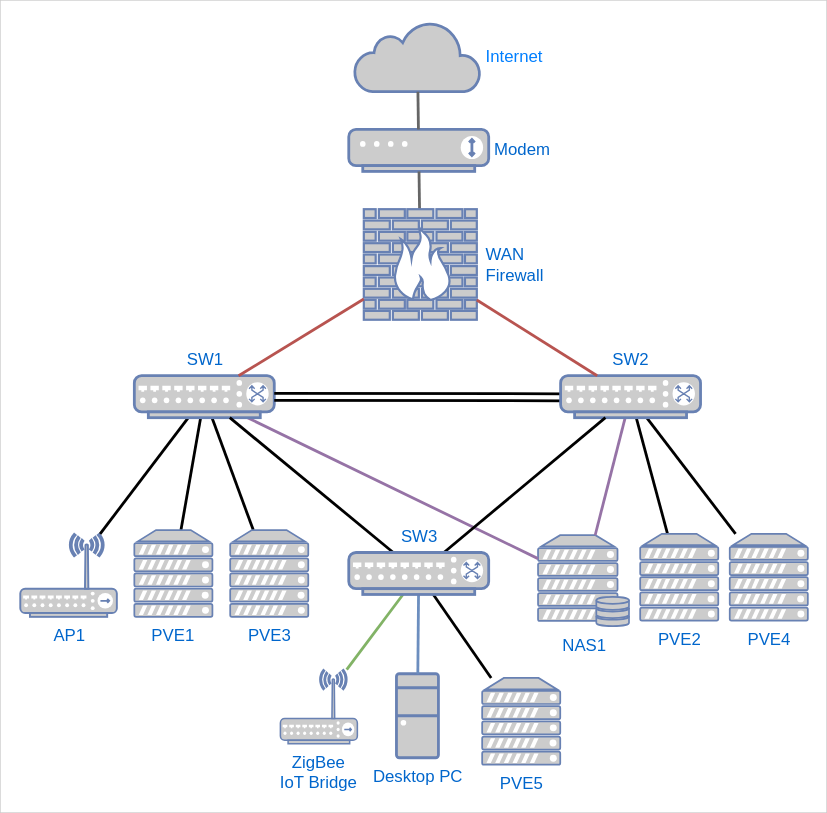
Above: docs/content/assets/homelab-physical-network-topology.svg in bcbrookman/homelab (draw.io), before the change. Source tidied: cells renumbered, new cells last; positions are measured from the earlier drawing's top-left corner, leaving out a move shared by most shapes.
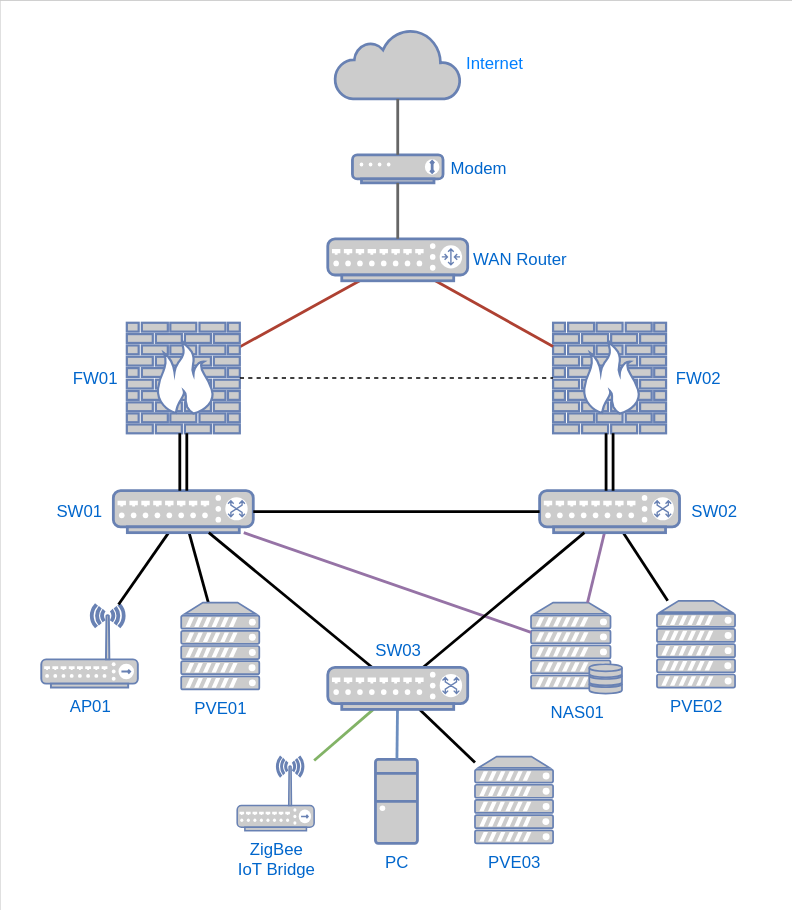
The same file after the commit.

What changed in the source:
```diff
@@ -1,113 +1,114 @@
 <mxGraphModel background="#CCCCCC">
   <root>
-    <mxCell id="0" />
-    <mxCell id="1" parent="0" />
-    <mxCell id="2" style="rounded=0;whiteSpace=wrap;html=1;strokeColor=none;fontFamily=Arial;" parent="1" vertex="1">
-      <mxGeometry width="590" height="580" as="geometry" />
-    </mxCell>
+    <mxCell id="37" />
+    <mxCell id="38" parent="37" />
+    <mxCell id="39" style="rounded=0;whiteSpace=wrap;html=1;strokeColor=none;fontFamily=Arial;" parent="38" vertex="1">
+      <mxGeometry x="14.9" y="-82" width="565.8" height="650" as="geometry" />
+    </mxCell>
-    <mxCell id="3" value="&lt;font color=&quot;#007fff&quot;&gt;Internet&lt;/font&gt;" style="html=1;outlineConnect=0;fillColor=#CCCCCC;strokeColor=#6881B3;gradientColor=none;gradientDirection=north;strokeWidth=2;shape=mxgraph.networks.cloud;labelPosition=right;verticalLabelPosition=middle;align=left;verticalAlign=middle;fontColor=#00000;sketch=0;shadow=0;spacing=4;fontFamily=Arial;" parent="1" vertex="1">
-      <mxGeometry x="252.8" y="15" width="90" height="50" as="geometry" />
+    <mxCell id="3" value="&lt;font color=&quot;#007fff&quot;&gt;Internet&lt;/font&gt;" style="html=1;outlineConnect=0;fillColor=#CCCCCC;strokeColor=#6881B3;gradientColor=none;gradientDirection=north;strokeWidth=2;shape=mxgraph.networks.cloud;labelPosition=right;verticalLabelPosition=middle;align=left;verticalAlign=middle;fontColor=#00000;sketch=0;shadow=0;spacing=4;fontFamily=Arial;spacingLeft=0;" parent="38" vertex="1">
+      <mxGeometry x="253.7" y="-62" width="90" height="50" as="geometry" />
     </mxCell>
-    <mxCell id="4" value="Modem" style="fontColor=#0066CC;verticalAlign=middle;verticalLabelPosition=middle;labelPosition=right;align=left;html=1;outlineConnect=0;fillColor=#CCCCCC;strokeColor=#6881B3;gradientColor=none;gradientDirection=north;strokeWidth=2;shape=mxgraph.networks.modem;sketch=0;shadow=0;spacing=4;fontFamily=Arial;" parent="1" vertex="1">
-      <mxGeometry x="248.7" y="92" width="100" height="30" as="geometry" />
+    <mxCell id="4" value="Modem" style="fontColor=#0066CC;verticalAlign=middle;verticalLabelPosition=middle;labelPosition=right;align=left;html=1;outlineConnect=0;fillColor=#CCCCCC;strokeColor=#6881B3;gradientColor=none;gradientDirection=north;strokeWidth=2;shape=mxgraph.networks.modem;sketch=0;shadow=0;spacing=4;fontFamily=Arial;spacingLeft=2;" parent="38" vertex="1">
+      <mxGeometry x="266.4" y="28" width="64.7" height="20" as="geometry" />
     </mxCell>
-    <mxCell id="5" style="endArrow=none;html=1;sketch=0;shadow=0;fillColor=#f5f5f5;strokeColor=#666666;strokeWidth=2;fontFamily=Arial;" parent="1" edge="1" source="4" target="3">
+    <mxCell id="5" style="endArrow=none;html=1;sketch=0;shadow=0;fillColor=#f5f5f5;strokeColor=#666666;strokeWidth=2;fontFamily=Arial;" parent="38" edge="1" source="4" target="3">
       <mxGeometry relative="1" as="geometry" />
     </mxCell>
-    <mxCell id="6" value="AP1" style="fontColor=#0066CC;verticalAlign=top;verticalLabelPosition=bottom;labelPosition=center;align=center;html=1;outlineConnect=0;fillColor=#CCCCCC;strokeColor=#6881B3;gradientColor=none;gradientDirection=north;strokeWidth=2;shape=mxgraph.networks.wireless_hub;sketch=0;shadow=0;fontFamily=Arial;" parent="1" vertex="1">
-      <mxGeometry x="14" y="381" width="69" height="59.3" as="geometry" />
-    </mxCell>
-    <mxCell id="7" value="NAS1" style="fontColor=#0066CC;verticalAlign=top;verticalLabelPosition=bottom;labelPosition=center;align=center;html=1;outlineConnect=0;fillColor=#CCCCCC;strokeColor=#6881B3;gradientColor=none;gradientDirection=north;strokeWidth=2;shape=mxgraph.networks.server_storage;rounded=1;shadow=0;glass=0;sketch=0;fontFamily=Arial;" parent="1" vertex="1">
-      <mxGeometry x="384" y="382" width="65" height="65" as="geometry" />
-    </mxCell>
-    <mxCell id="8" style="endArrow=none;html=1;shadow=0;fontColor=#00000;fillColor=#e1d5e7;strokeWidth=2;fontFamily=Arial;" parent="1" edge="1" source="6" target="29">
-      <mxGeometry relative="1" as="geometry" />
-    </mxCell>
-    <mxCell id="9" style="endArrow=none;html=1;strokeColor=#000000;strokeWidth=2;jumpStyle=arc;fontFamily=Arial;" parent="1" edge="1" source="36" target="24">
-      <mxGeometry relative="1" as="geometry" />
-    </mxCell>
-    <mxCell id="10" style="endArrow=none;html=1;strokeWidth=2;fontFamily=Arial;" parent="1" edge="1" source="29" target="21">
-      <mxGeometry relative="1" as="geometry" />
-    </mxCell>
-    <mxCell id="11" style="endArrow=none;html=1;strokeWidth=2;fontFamily=Arial;" parent="1" edge="1" source="29" target="23">
-      <mxGeometry relative="1" as="geometry" />
-    </mxCell>
-    <mxCell id="12" style="endArrow=none;html=1;strokeWidth=2;fontFamily=Arial;" parent="1" edge="1" source="31" target="25">
-      <mxGeometry relative="1" as="geometry" />
-    </mxCell>
-    <mxCell id="13" style="endArrow=none;html=1;strokeWidth=2;fontFamily=Arial;" parent="1" edge="1" source="31" target="22">
-      <mxGeometry relative="1" as="geometry" />
-    </mxCell>
+    <mxCell id="40" value="AP01" style="fontColor=#0066CC;verticalAlign=top;verticalLabelPosition=bottom;labelPosition=center;align=center;html=1;outlineConnect=0;fillColor=#CCCCCC;strokeColor=#6881B3;gradientColor=none;gradientDirection=north;strokeWidth=2;shape=mxgraph.networks.wireless_hub;sketch=0;shadow=0;fontFamily=Arial;" parent="38" vertex="1">
+      <mxGeometry x="44" y="349.3" width="69" height="59.3" as="geometry" />
+    </mxCell>
+    <mxCell id="41" value="NAS01" style="fontColor=#0066CC;verticalAlign=top;verticalLabelPosition=bottom;labelPosition=center;align=center;html=1;outlineConnect=0;fillColor=#CCCCCC;strokeColor=#6881B3;gradientColor=none;gradientDirection=north;strokeWidth=2;shape=mxgraph.networks.server_storage;rounded=1;shadow=0;glass=0;sketch=0;fontFamily=Arial;" parent="38" vertex="1">
+      <mxGeometry x="394" y="348" width="65" height="65" as="geometry" />
+    </mxCell>
+    <mxCell id="42" style="endArrow=none;html=1;shadow=0;fontColor=#00000;fillColor=#e1d5e7;strokeWidth=2;fontFamily=Arial;" parent="38" edge="1" source="40" target="56">
+      <mxGeometry relative="1" as="geometry" />
+    </mxCell>
+    <mxCell id="43" style="endArrow=none;html=1;strokeColor=#000000;strokeWidth=2;jumpStyle=arc;fontFamily=Arial;" parent="38" edge="1" source="61" target="53">
+      <mxGeometry relative="1" as="geometry" />
+    </mxCell>
+    <mxCell id="44" style="endArrow=none;html=1;strokeWidth=2;fontFamily=Arial;" parent="38" edge="1" source="56" target="52">
+      <mxGeometry relative="1" as="geometry" />
+    </mxCell>
+    <mxCell id="45" style="endArrow=none;html=1;strokeWidth=2;fontFamily=Arial;" parent="38" edge="1" source="57" target="54">
+      <mxGeometry relative="1" as="geometry" />
+    </mxCell>
-    <mxCell id="14" value="ZigBee &lt;br&gt;IoT Bridge" style="fontColor=#0066CC;verticalAlign=top;verticalLabelPosition=bottom;labelPosition=center;align=center;html=1;outlineConnect=0;fillColor=#CCCCCC;strokeColor=#6881B3;gradientColor=none;gradientDirection=north;strokeWidth=2;shape=mxgraph.networks.wireless_hub;direction=east;fontFamily=Arial;" parent="1" vertex="1">
-      <mxGeometry x="199.9" y="478" width="55" height="53" as="geometry" />
+    <mxCell id="14" value="ZigBee &lt;br&gt;IoT Bridge" style="fontColor=#0066CC;verticalAlign=top;verticalLabelPosition=bottom;labelPosition=center;align=center;html=1;outlineConnect=0;fillColor=#CCCCCC;strokeColor=#6881B3;gradientColor=none;gradientDirection=north;strokeWidth=2;shape=mxgraph.networks.wireless_hub;direction=east;fontFamily=Arial;" parent="38" vertex="1">
+      <mxGeometry x="184" y="458" width="55" height="53" as="geometry" />
     </mxCell>
-    <mxCell id="15" value="Desktop PC" style="fontColor=#0066CC;verticalAlign=top;verticalLabelPosition=bottom;labelPosition=center;align=center;html=1;outlineConnect=0;fillColor=#CCCCCC;strokeColor=#6881B3;gradientColor=none;gradientDirection=north;strokeWidth=2;shape=mxgraph.networks.desktop_pc;fontFamily=Arial;" parent="1" vertex="1">
-      <mxGeometry x="282.8" y="481" width="30" height="60" as="geometry" />
-    </mxCell>
-    <mxCell id="16" style="endArrow=none;html=1;sketch=0;shadow=0;fillColor=#f5f5f5;strokeColor=#666666;strokeWidth=2;fontFamily=Arial;" parent="1" edge="1" source="18" target="4">
-      <mxGeometry relative="1" as="geometry" />
-    </mxCell>
-    <mxCell id="17" style="endArrow=none;html=1;strokeWidth=2;fillColor=#dae8fc;strokeColor=#6c8ebf;fontFamily=Arial;" parent="1" edge="1" source="15" target="36">
-      <mxGeometry relative="1" as="geometry" />
-    </mxCell>
-    <mxCell id="18" value="WAN&lt;br&gt;Firewall" style="fontColor=#0066CC;verticalAlign=middle;verticalLabelPosition=middle;labelPosition=right;align=left;html=1;outlineConnect=0;fillColor=#CCCCCC;strokeColor=#6881B3;gradientColor=none;gradientDirection=north;strokeWidth=2;shape=mxgraph.networks.firewall;fontFamily=Arial;spacingLeft=5;" parent="1" vertex="1">
-      <mxGeometry x="259.5" y="149" width="80.8" height="79" as="geometry" />
-    </mxCell>
-    <mxCell id="19" style="endArrow=none;html=1;strokeWidth=2;fillColor=#e1d5e7;strokeColor=#9673a6;jumpStyle=arc;fontFamily=Arial;" parent="1" edge="1" source="31" target="7">
-      <mxGeometry relative="1" as="geometry" />
-    </mxCell>
-    <mxCell id="20" style="endArrow=none;html=1;fillColor=#d5e8d4;strokeWidth=2;strokeColor=#82b366;fontFamily=Arial;" parent="1" edge="1" source="14" target="36">
-      <mxGeometry relative="1" as="geometry" />
-    </mxCell>
-    <mxCell id="21" value="PVE1" style="fontColor=#0066CC;verticalAlign=top;verticalLabelPosition=bottom;labelPosition=center;align=center;html=1;outlineConnect=0;fillColor=#CCCCCC;strokeColor=#6881B3;gradientColor=none;gradientDirection=north;strokeWidth=2;shape=mxgraph.networks.server;fontFamily=Arial;" parent="1" vertex="1">
-      <mxGeometry x="95.5" y="378.3" width="55.8" height="62" as="geometry" />
-    </mxCell>
-    <mxCell id="22" value="PVE4" style="fontColor=#0066CC;verticalAlign=top;verticalLabelPosition=bottom;labelPosition=center;align=center;html=1;outlineConnect=0;fillColor=#CCCCCC;strokeColor=#6881B3;gradientColor=none;gradientDirection=north;strokeWidth=2;shape=mxgraph.networks.server;fontFamily=Arial;" parent="1" vertex="1">
-      <mxGeometry x="521" y="381" width="55.8" height="62" as="geometry" />
-    </mxCell>
-    <mxCell id="23" value="PVE3" style="fontColor=#0066CC;verticalAlign=top;verticalLabelPosition=bottom;labelPosition=center;align=center;html=1;outlineConnect=0;fillColor=#CCCCCC;strokeColor=#6881B3;gradientColor=none;gradientDirection=north;strokeWidth=2;shape=mxgraph.networks.server;fontFamily=Arial;" parent="1" vertex="1">
-      <mxGeometry x="164" y="378.3" width="55.8" height="62" as="geometry" />
-    </mxCell>
-    <mxCell id="24" value="PVE5" style="fontColor=#0066CC;verticalAlign=top;verticalLabelPosition=bottom;labelPosition=center;align=center;html=1;outlineConnect=0;fillColor=#CCCCCC;strokeColor=#6881B3;gradientColor=none;gradientDirection=north;strokeWidth=2;shape=mxgraph.networks.server;fontFamily=Arial;" parent="1" vertex="1">
-      <mxGeometry x="344.1" y="484" width="55.8" height="62" as="geometry" />
-    </mxCell>
-    <mxCell id="25" value="PVE2" style="fontColor=#0066CC;verticalAlign=top;verticalLabelPosition=bottom;labelPosition=center;align=center;html=1;outlineConnect=0;fillColor=#CCCCCC;strokeColor=#6881B3;gradientColor=none;gradientDirection=north;strokeWidth=2;shape=mxgraph.networks.server;fontFamily=Arial;" parent="1" vertex="1">
-      <mxGeometry x="457" y="381" width="55.8" height="62" as="geometry" />
-    </mxCell>
-    <mxCell id="26" style="endArrow=none;html=1;strokeWidth=2;fillColor=#e1d5e7;strokeColor=#9673a6;jumpStyle=arc;fontFamily=Arial;" parent="1" edge="1" source="29" target="7">
-      <mxGeometry relative="1" as="geometry" />
-    </mxCell>
+    <mxCell id="46" value="PC" style="fontColor=#0066CC;verticalAlign=top;verticalLabelPosition=bottom;labelPosition=center;align=center;html=1;outlineConnect=0;fillColor=#CCCCCC;strokeColor=#6881B3;gradientColor=none;gradientDirection=north;strokeWidth=2;shape=mxgraph.networks.desktop_pc;fontFamily=Arial;" parent="38" vertex="1">
+      <mxGeometry x="282.8" y="460" width="30" height="60" as="geometry" />
+    </mxCell>
+    <mxCell id="47" style="endArrow=none;html=1;sketch=0;shadow=0;fillColor=#fad9d5;strokeColor=#ae4132;strokeWidth=2;fontFamily=Arial;" parent="38" edge="1" source="49" target="65">
+      <mxGeometry relative="1" as="geometry" />
+    </mxCell>
+    <mxCell id="48" style="endArrow=none;html=1;strokeWidth=2;fillColor=#dae8fc;strokeColor=#6c8ebf;fontFamily=Arial;" parent="38" edge="1" source="46" target="61">
+      <mxGeometry relative="1" as="geometry" />
+    </mxCell>
+    <mxCell id="49" value="FW01" style="fontColor=#0066CC;verticalAlign=middle;verticalLabelPosition=middle;labelPosition=left;align=right;html=1;outlineConnect=0;fillColor=#CCCCCC;strokeColor=#6881B3;gradientColor=none;gradientDirection=north;strokeWidth=2;shape=mxgraph.networks.firewall;fontFamily=Arial;spacingLeft=5;spacingRight=5;" parent="38" vertex="1">
+      <mxGeometry x="105.1" y="148" width="80.8" height="79" as="geometry" />
+    </mxCell>
+    <mxCell id="50" style="endArrow=none;html=1;strokeWidth=2;fillColor=#e1d5e7;strokeColor=#9673a6;jumpStyle=arc;fontFamily=Arial;" parent="38" edge="1" source="57" target="41">
+      <mxGeometry relative="1" as="geometry" />
+    </mxCell>
+    <mxCell id="51" style="endArrow=none;html=1;fillColor=#d5e8d4;strokeWidth=2;strokeColor=#82b366;fontFamily=Arial;" parent="38" edge="1" source="14" target="61">
+      <mxGeometry relative="1" as="geometry" />
+    </mxCell>
+    <mxCell id="52" value="PVE01" style="fontColor=#0066CC;verticalAlign=top;verticalLabelPosition=bottom;labelPosition=center;align=center;html=1;outlineConnect=0;fillColor=#CCCCCC;strokeColor=#6881B3;gradientColor=none;gradientDirection=north;strokeWidth=2;shape=mxgraph.networks.server;fontFamily=Arial;" parent="38" vertex="1">
+      <mxGeometry x="144" y="348" width="55.8" height="62" as="geometry" />
+    </mxCell>
+    <mxCell id="53" value="PVE03" style="fontColor=#0066CC;verticalAlign=top;verticalLabelPosition=bottom;labelPosition=center;align=center;html=1;outlineConnect=0;fillColor=#CCCCCC;strokeColor=#6881B3;gradientColor=none;gradientDirection=north;strokeWidth=2;shape=mxgraph.networks.server;fontFamily=Arial;" parent="38" vertex="1">
+      <mxGeometry x="353.9" y="458" width="55.8" height="62" as="geometry" />
+    </mxCell>
+    <mxCell id="54" value="PVE02" style="fontColor=#0066CC;verticalAlign=top;verticalLabelPosition=bottom;labelPosition=center;align=center;html=1;outlineConnect=0;fillColor=#CCCCCC;strokeColor=#6881B3;gradientColor=none;gradientDirection=north;strokeWidth=2;shape=mxgraph.networks.server;fontFamily=Arial;" parent="38" vertex="1">
+      <mxGeometry x="484" y="346.7" width="55.8" height="62" as="geometry" />
+    </mxCell>
+    <mxCell id="55" style="endArrow=none;html=1;strokeWidth=2;fillColor=#e1d5e7;strokeColor=#9673a6;jumpStyle=arc;fontFamily=Arial;" parent="38" edge="1" source="56" target="41">
+      <mxGeometry relative="1" as="geometry" />
+    </mxCell>
-    <mxCell id="27" style="group;fontFamily=Arial;" parent="1" vertex="1">
+    <mxCell id="27" style="group;fontFamily=Arial;" parent="38" vertex="1">
       <mxGeometry x="95.5" y="268" width="404.6" height="30" as="geometry" />
     </mxCell>
     <mxCell id="28" style="group;labelPosition=left;verticalLabelPosition=middle;align=right;verticalAlign=middle;fontFamily=Arial;" parent="27" vertex="1">
       <mxGeometry width="314.6" height="30" as="geometry" />
     </mxCell>
-    <mxCell id="29" value="SW1" style="fontColor=#0066CC;verticalAlign=bottom;verticalLabelPosition=top;labelPosition=center;align=center;html=1;outlineConnect=0;fillColor=#CCCCCC;strokeColor=#6881B3;gradientColor=none;gradientDirection=north;strokeWidth=2;shape=mxgraph.networks.switch;sketch=0;shadow=0;spacing=4;fontFamily=Arial;" parent="28" vertex="1">
-      <mxGeometry width="100" height="30" as="geometry" />
-    </mxCell>
-    <mxCell id="30" style="shape=link;html=1;strokeWidth=2;fontFamily=Arial;" parent="27" edge="1" target="29">
-      <mxGeometry relative="1" as="geometry">
-        <mxPoint x="307" y="15.4" as="sourcePoint" />
-      </mxGeometry>
-    </mxCell>
-    <mxCell id="31" value="SW2" style="fontColor=#0066CC;verticalAlign=bottom;verticalLabelPosition=top;labelPosition=center;align=center;html=1;outlineConnect=0;fillColor=#CCCCCC;strokeColor=#6881B3;gradientColor=none;gradientDirection=north;strokeWidth=2;shape=mxgraph.networks.switch;sketch=0;shadow=0;spacing=4;fontFamily=Arial;" parent="27" vertex="1">
-      <mxGeometry x="304.6" width="100" height="30" as="geometry" />
-    </mxCell>
-    <mxCell id="32" style="endArrow=none;html=1;fillColor=#f8cecc;strokeColor=#b85450;strokeWidth=2;fontFamily=Arial;" parent="1" edge="1" source="31" target="18">
-      <mxGeometry relative="1" as="geometry" />
-    </mxCell>
-    <mxCell id="33" style="endArrow=none;html=1;fillColor=#f8cecc;strokeColor=#b85450;strokeWidth=2;fontFamily=Arial;" parent="1" edge="1" source="18" target="29">
-      <mxGeometry relative="1" as="geometry" />
-    </mxCell>
-    <mxCell id="34" style="endArrow=none;html=1;strokeWidth=2;fontFamily=Arial;" parent="1" edge="1" source="31" target="36">
-      <mxGeometry relative="1" as="geometry" />
-    </mxCell>
-    <mxCell id="35" style="endArrow=none;html=1;strokeWidth=2;fontFamily=Arial;" parent="1" edge="1" source="29" target="36">
-      <mxGeometry relative="1" as="geometry" />
-    </mxCell>
-    <mxCell id="36" value="SW3" style="fontColor=#0066CC;verticalAlign=bottom;verticalLabelPosition=top;labelPosition=center;align=center;html=1;outlineConnect=0;fillColor=#CCCCCC;strokeColor=#6881B3;gradientColor=none;gradientDirection=north;strokeWidth=2;shape=mxgraph.networks.switch;sketch=0;shadow=0;spacing=4;fontFamily=Arial;" parent="1" vertex="1">
-      <mxGeometry x="248.7" y="394.3" width="100" height="30" as="geometry" />
-    </mxCell>
+    <mxCell id="56" value="SW01" style="fontColor=#0066CC;verticalAlign=middle;verticalLabelPosition=middle;labelPosition=left;align=right;html=1;outlineConnect=0;fillColor=#CCCCCC;strokeColor=#6881B3;gradientColor=none;gradientDirection=north;strokeWidth=2;shape=mxgraph.networks.switch;sketch=0;shadow=0;spacing=4;fontFamily=Arial;spacingRight=5;" parent="28" vertex="1">
+      <mxGeometry width="100" height="30" as="geometry" />
+    </mxCell>
+    <mxCell id="57" value="SW02" style="fontColor=#0066CC;verticalAlign=middle;verticalLabelPosition=middle;labelPosition=right;align=left;html=1;outlineConnect=0;fillColor=#CCCCCC;strokeColor=#6881B3;gradientColor=none;gradientDirection=north;strokeWidth=2;shape=mxgraph.networks.switch;sketch=0;shadow=0;spacing=4;fontFamily=Arial;spacingLeft=5;" parent="27" vertex="1">
+      <mxGeometry x="304.6" width="100" height="30" as="geometry" />
+    </mxCell>
+    <mxCell id="58" style="endArrow=none;html=1;strokeWidth=2;fontFamily=Arial;" parent="27" edge="1" source="57" target="56">
+      <mxGeometry relative="1" as="geometry" />
+    </mxCell>
+    <mxCell id="59" style="endArrow=none;html=1;strokeWidth=2;fontFamily=Arial;" parent="38" edge="1" source="57" target="61">
+      <mxGeometry relative="1" as="geometry" />
+    </mxCell>
+    <mxCell id="60" style="endArrow=none;html=1;strokeWidth=2;fontFamily=Arial;" parent="38" edge="1" source="56" target="61">
+      <mxGeometry relative="1" as="geometry" />
+    </mxCell>
+    <mxCell id="61" value="SW03" style="fontColor=#0066CC;verticalAlign=bottom;verticalLabelPosition=top;labelPosition=center;align=center;html=1;outlineConnect=0;fillColor=#CCCCCC;strokeColor=#6881B3;gradientColor=none;gradientDirection=north;strokeWidth=2;shape=mxgraph.networks.switch;sketch=0;shadow=0;spacing=4;fontFamily=Arial;" parent="38" vertex="1">
+      <mxGeometry x="248.7" y="394.3" width="100" height="30" as="geometry" />
+    </mxCell>
+    <mxCell id="62" value="FW02" style="fontColor=#0066CC;verticalAlign=middle;verticalLabelPosition=middle;labelPosition=right;align=left;html=1;outlineConnect=0;fillColor=#CCCCCC;strokeColor=#6881B3;gradientColor=none;gradientDirection=north;strokeWidth=2;shape=mxgraph.networks.firewall;fontFamily=Arial;spacingLeft=5;" parent="38" vertex="1">
+      <mxGeometry x="409.8" y="148" width="80.8" height="79" as="geometry" />
+    </mxCell>
+    <mxCell id="63" style="endArrow=none;html=1;sketch=0;shadow=0;fillColor=#fad9d5;strokeColor=#ae4132;strokeWidth=2;fontFamily=Arial;" parent="38" edge="1" source="62" target="65">
+      <mxGeometry relative="1" as="geometry" />
+    </mxCell>
+    <mxCell id="64" style="endArrow=none;dashed=1;html=1;" parent="38" edge="1" source="49" target="62">
+      <mxGeometry relative="1" as="geometry" />
+    </mxCell>
+    <mxCell id="65" value="WAN Router" style="fontColor=#0066CC;verticalAlign=middle;verticalLabelPosition=middle;labelPosition=right;align=left;html=1;outlineConnect=0;fillColor=#CCCCCC;strokeColor=#6881B3;gradientColor=none;gradientDirection=north;strokeWidth=2;shape=mxgraph.networks.router;spacingLeft=2;" parent="38" vertex="1">
+      <mxGeometry x="248.7" y="88" width="100" height="30" as="geometry" />
+    </mxCell>
+    <mxCell id="66" style="endArrow=none;html=1;sketch=0;shadow=0;fillColor=#f5f5f5;strokeColor=#666666;strokeWidth=2;fontFamily=Arial;" parent="38" edge="1" source="65" target="4">
+      <mxGeometry relative="1" as="geometry" />
+    </mxCell>
+    <mxCell id="67" style="shape=link;html=1;strokeWidth=2;fontFamily=Arial;" parent="38" edge="1" source="57" target="62">
+      <mxGeometry relative="1" as="geometry" />
+    </mxCell>
+    <mxCell id="68" style="shape=link;html=1;strokeWidth=2;fontFamily=Arial;" parent="38" edge="1" source="56" target="49">
+      <mxGeometry relative="1" as="geometry" />
+    </mxCell>
   </root>
 </mxGraphModel>
```
